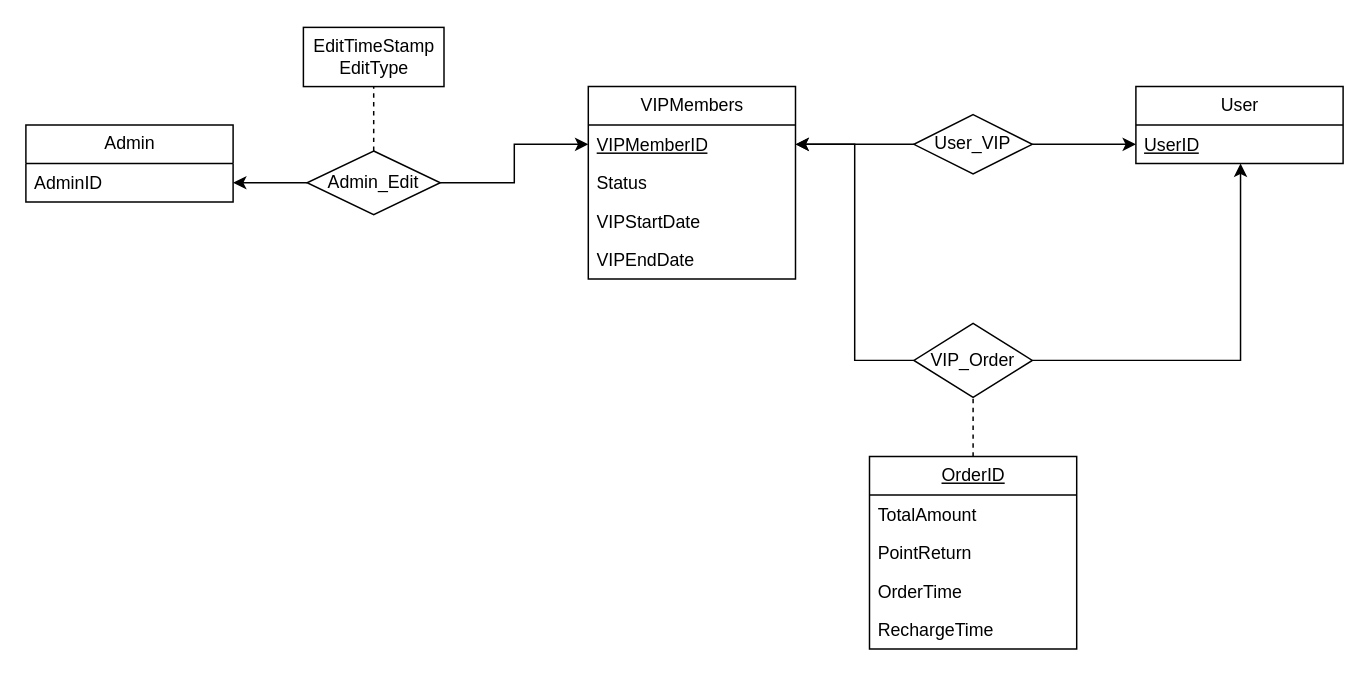
Earlier version of the draw.io diagram Resource/drawios/hjxGroup/VIP模块E-R图.drawio (LucasFrancis23213/DatabaseCourseDesign). Source tidied: cells renumbered, new cells numbered last; positions are measured from the earlier drawing's top-left corner, leaving out a move shared by most shapes. Both pictures are drawn from the tidied source at 148%, with x=0, y=0 at pixel (25, 27).
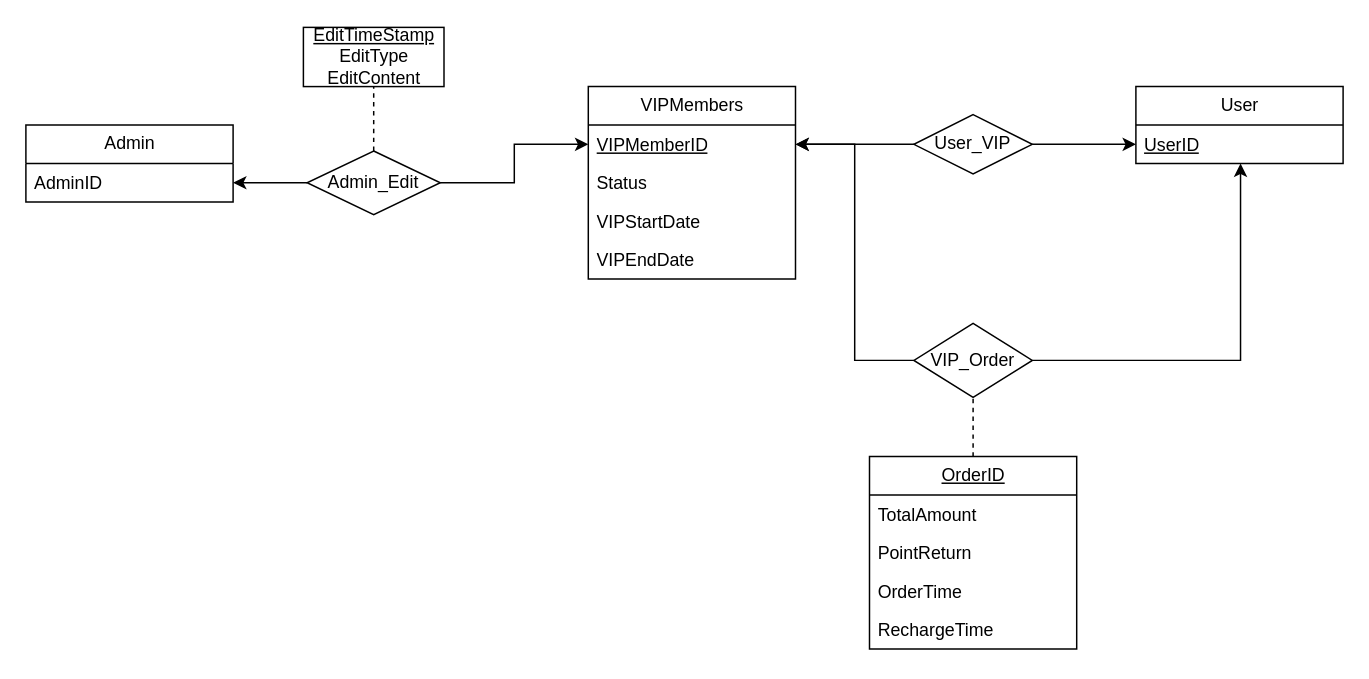
The same diagram, later.

Commit message (it also covers changes not shown here):
1. 修改VIP、广告模块E-R图 2. 撰写VIP、广告模块的数据库设计文档，包括功能数据需求部分、数据库表部分。

Diff of the diagram source:
```diff
@@
-    <mxCell id="24" value="EditTimeStamp&lt;br&gt;EditType" style="whiteSpace=wrap;html=1;" parent="1" vertex="1">
+    <mxCell id="24" value="&lt;u&gt;EditTimeStamp&lt;/u&gt;&lt;br&gt;EditType&lt;br&gt;EditContent" style="whiteSpace=wrap;html=1;" parent="1" vertex="1">
       <mxGeometry x="187.5" width="95" height="40" as="geometry" />
     </mxCell>
```
